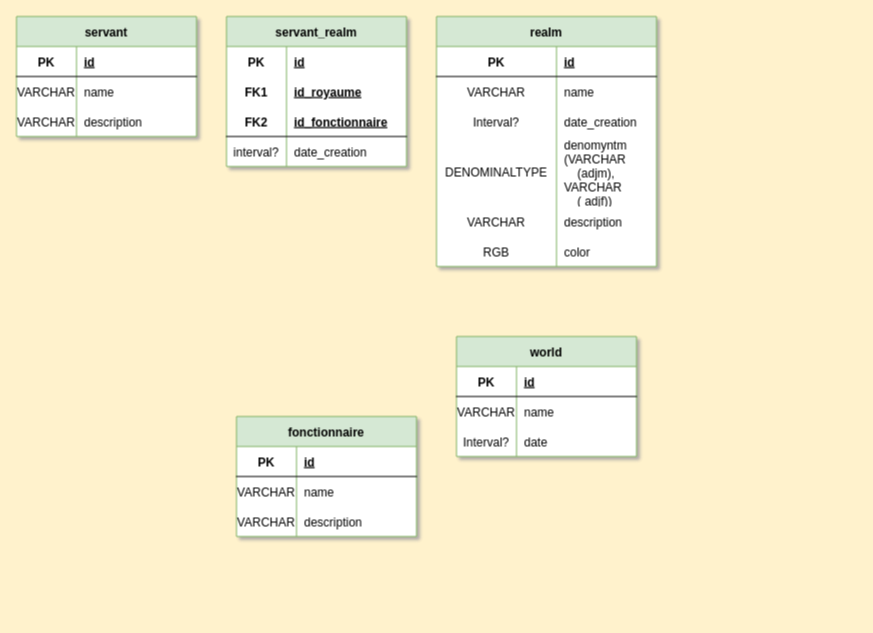
Before: Conception/model_draft.drawio in WyllasSidjeno/SRPG-Database-Manager, a draw.io diagram. Source tidied: cells renumbered, new cells numbered last; positions are measured from the earlier drawing's top-left corner, leaving out a move shared by most shapes. Both pictures are drawn from the tidied source at 100%, with x=0, y=0 at pixel (16, 16).
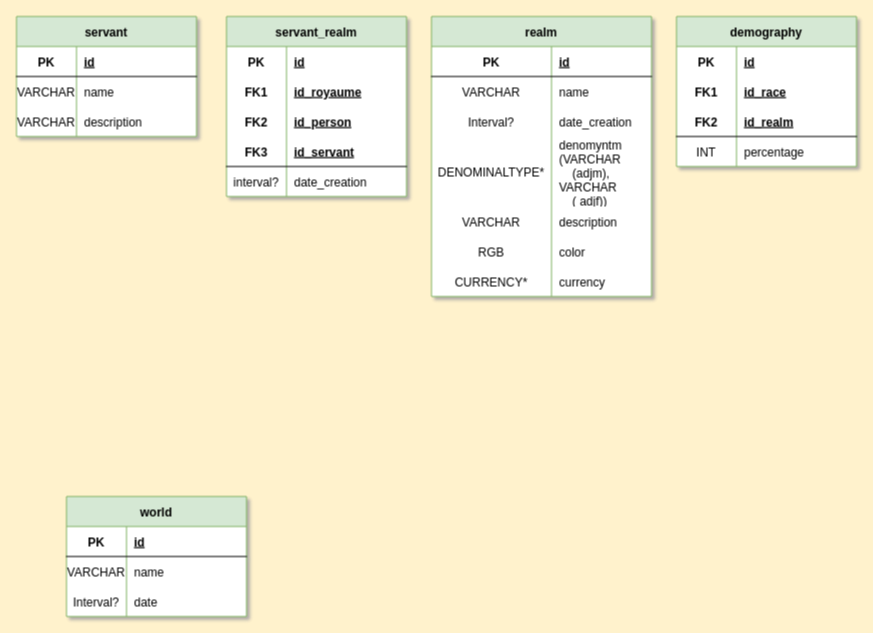
The same diagram, later.

Commit message (it also covers changes not shown here):
Realm prototype finished

Unchanged cells that the change refers to:
```xml
<mxCell id="22" style="shape=tableRow;horizontal=0;startSize=0;swimlaneHead=0;swimlaneBody=0;fillColor=none;top=0;left=0;right=0;bottom=0;swimlaneFillColor=default;" parent="12" vertex="1">
  <mxGeometry y="120" width="220" height="70" as="geometry" />
</mxCell>
```

Change to the diagram source:
```diff
@@
     <mxCell id="2" value="world" style="shape=table;startSize=30;childLayout=tableLayout;rowLines=0;fontStyle=1;align=center;swimlaneFillColor=default;resizeLastRow=0;top=1;labelBackgroundColor=none;fillColor=#d5e8d4;strokeColor=#82b366;" parent="1" vertex="1">
-      <mxGeometry x="440" y="320" width="180" height="120" as="geometry" />
+      <mxGeometry x="50" y="480" width="180" height="120" as="geometry" />
     </mxCell>
@@
     <mxCell id="12" value="realm" style="shape=table;startSize=30;childLayout=tableLayout;rowLines=0;fontStyle=1;align=center;swimlaneFillColor=default;resizeLastRow=0;top=1;labelBackgroundColor=none;fillColor=#d5e8d4;strokeColor=#82b366;" parent="1" vertex="1">
-      <mxGeometry x="420" width="220" height="250" as="geometry" />
+      <mxGeometry x="415" width="220" height="280" as="geometry" />
     </mxCell>
@@
-    <mxCell id="23" value="DENOMINALTYPE" style="shape=partialRectangle;fillColor=none;top=0;left=0;bottom=0;right=0;overflow=hidden;swimlaneFillColor=default;" parent="22" vertex="1">
+    <mxCell id="23" value="DENOMINALTYPE*" style="shape=partialRectangle;fillColor=none;top=0;left=0;bottom=0;right=0;overflow=hidden;swimlaneFillColor=default;" parent="22" vertex="1">
       <mxGeometry width="120" height="70" as="geometry" />
     </mxCell>
@@
+    <mxCell id="64" style="shape=tableRow;horizontal=0;startSize=0;swimlaneHead=0;swimlaneBody=0;fillColor=none;top=0;left=0;right=0;bottom=0;swimlaneFillColor=default;" parent="12" vertex="1">
+      <mxGeometry y="250" width="220" height="30" as="geometry" />
+    </mxCell>
+    <mxCell id="65" value="CURRENCY*" style="shape=partialRectangle;fillColor=none;top=0;left=0;bottom=0;right=0;overflow=hidden;swimlaneFillColor=default;" parent="64" vertex="1">
+      <mxGeometry width="120" height="30" as="geometry" />
+    </mxCell>
+    <mxCell id="66" value="currency" style="shape=partialRectangle;fillColor=none;top=0;left=0;bottom=0;right=0;align=left;spacingLeft=6;overflow=hidden;swimlaneFillColor=default;" parent="64" vertex="1">
+      <mxGeometry x="120" width="100" height="30" as="geometry" />
+    </mxCell>
@@
     <mxCell id="41" value="servant_realm" style="shape=table;startSize=30;childLayout=tableLayout;rowLines=0;fontStyle=1;align=center;fillColor=#d5e8d4;strokeColor=#82b366;swimlaneFillColor=default;labelBackgroundColor=none;" parent="1" vertex="1">
-      <mxGeometry x="210" width="180" height="150" as="geometry" />
+      <mxGeometry x="210" width="180" height="180" as="geometry" />
     </mxCell>
@@
+    <mxCell id="67" style="shape=tableRow;horizontal=0;startSize=0;swimlaneHead=0;swimlaneBody=0;fillColor=none;top=0;left=0;right=0;bottom=0;" parent="41" vertex="1">
+      <mxGeometry y="90" width="180" height="30" as="geometry" />
+    </mxCell>
+    <mxCell id="68" value="FK2" style="shape=partialRectangle;fillColor=none;top=0;left=0;bottom=0;right=0;fontStyle=1;overflow=hidden;" parent="67" vertex="1">
+      <mxGeometry width="60" height="30" as="geometry" />
+    </mxCell>
+    <mxCell id="69" value="id_person" style="shape=partialRectangle;fillColor=none;top=0;left=0;bottom=0;right=0;align=left;spacingLeft=6;fontStyle=5;overflow=hidden;" parent="67" vertex="1">
+      <mxGeometry x="60" width="120" height="30" as="geometry" />
+    </mxCell>
     <mxCell id="48" style="shape=tableRow;horizontal=0;startSize=0;swimlaneHead=0;swimlaneBody=0;fillColor=none;top=0;left=0;right=0;bottom=1;" parent="41" vertex="1">
-      <mxGeometry y="90" width="180" height="30" as="geometry" />
+      <mxGeometry y="120" width="180" height="30" as="geometry" />
     </mxCell>
-    <mxCell id="49" value="FK2" style="shape=partialRectangle;fillColor=none;top=0;left=0;bottom=0;right=0;fontStyle=1;overflow=hidden;" parent="48" vertex="1">
+    <mxCell id="49" value="FK3" style="shape=partialRectangle;fillColor=none;top=0;left=0;bottom=0;right=0;fontStyle=1;overflow=hidden;" parent="48" vertex="1">
       <mxGeometry width="60" height="30" as="geometry" />
     </mxCell>
-    <mxCell id="50" value="id_fonctionnaire" style="shape=partialRectangle;fillColor=none;top=0;left=0;bottom=0;right=0;align=left;spacingLeft=6;fontStyle=5;overflow=hidden;" parent="48" vertex="1">
+    <mxCell id="50" value="id_servant" style="shape=partialRectangle;fillColor=none;top=0;left=0;bottom=0;right=0;align=left;spacingLeft=6;fontStyle=5;overflow=hidden;" parent="48" vertex="1">
       <mxGeometry x="60" width="120" height="30" as="geometry" />
     </mxCell>
     <mxCell id="51" style="shape=tableRow;horizontal=0;startSize=0;swimlaneHead=0;swimlaneBody=0;fillColor=none;top=0;left=0;right=0;bottom=0;" parent="41" vertex="1">
-      <mxGeometry y="120" width="180" height="30" as="geometry" />
+      <mxGeometry y="150" width="180" height="30" as="geometry" />
     </mxCell>
@@
-    <mxCell id="54" value="fonctionnaire" style="shape=table;startSize=30;childLayout=tableLayout;rowLines=0;fontStyle=1;align=center;swimlaneFillColor=default;resizeLastRow=0;top=1;labelBackgroundColor=none;fillColor=#d5e8d4;strokeColor=#82b366;" parent="1" vertex="1">
-      <mxGeometry x="220" y="400" width="180" height="120" as="geometry" />
-    </mxCell>
-    <mxCell id="55" style="shape=tableRow;horizontal=0;startSize=0;swimlaneHead=0;swimlaneBody=0;fillColor=none;top=0;left=0;right=0;bottom=1;swimlaneFillColor=default;" parent="54" vertex="1">
-      <mxGeometry y="30" width="180" height="30" as="geometry" />
-    </mxCell>
+    <mxCell id="70" value="demography" style="shape=table;startSize=30;childLayout=tableLayout;rowLines=0;fontStyle=1;align=center;fillColor=#d5e8d4;strokeColor=#82b366;swimlaneFillColor=default;labelBackgroundColor=none;" parent="1" vertex="1">
+      <mxGeometry x="660" width="180" height="150" as="geometry" />
+    </mxCell>
+    <mxCell id="71" style="shape=tableRow;horizontal=0;startSize=0;swimlaneHead=0;swimlaneBody=0;fillColor=none;top=0;left=0;right=0;bottom=0;" parent="70" vertex="1">
+      <mxGeometry y="30" width="180" height="30" as="geometry" />
+    </mxCell>
-    <mxCell id="56" value="PK" style="shape=partialRectangle;fillColor=none;top=0;left=0;bottom=0;right=0;fontStyle=1;overflow=hidden;swimlaneFillColor=default;" parent="55" vertex="1">
+    <mxCell id="56" value="PK" style="shape=partialRectangle;fillColor=none;top=0;left=0;bottom=0;right=0;fontStyle=1;overflow=hidden;" parent="71" vertex="1">
       <mxGeometry width="60" height="30" as="geometry" />
     </mxCell>
-    <mxCell id="57" value="id" style="shape=partialRectangle;fillColor=none;top=0;left=0;bottom=0;right=0;align=left;spacingLeft=6;fontStyle=5;overflow=hidden;swimlaneFillColor=default;" parent="55" vertex="1">
+    <mxCell id="57" value="id" style="shape=partialRectangle;fillColor=none;top=0;left=0;bottom=0;right=0;align=left;spacingLeft=6;fontStyle=5;overflow=hidden;" parent="71" vertex="1">
       <mxGeometry x="60" width="120" height="30" as="geometry" />
     </mxCell>
-    <mxCell id="58" style="shape=tableRow;horizontal=0;startSize=0;swimlaneHead=0;swimlaneBody=0;fillColor=none;top=0;left=0;right=0;bottom=0;swimlaneFillColor=default;" parent="54" vertex="1">
-      <mxGeometry y="60" width="180" height="30" as="geometry" />
-    </mxCell>
-    <mxCell id="59" value="VARCHAR" style="shape=partialRectangle;fillColor=none;top=0;left=0;bottom=0;right=0;overflow=hidden;swimlaneFillColor=default;" parent="58" vertex="1">
-      <mxGeometry width="60" height="30" as="geometry" />
-    </mxCell>
-    <mxCell id="60" value="name" style="shape=partialRectangle;fillColor=none;top=0;left=0;bottom=0;right=0;align=left;spacingLeft=6;overflow=hidden;swimlaneFillColor=default;" parent="58" vertex="1">
-      <mxGeometry x="60" width="120" height="30" as="geometry" />
-    </mxCell>
-    <mxCell id="61" style="shape=tableRow;horizontal=0;startSize=0;swimlaneHead=0;swimlaneBody=0;fillColor=none;top=0;left=0;right=0;bottom=0;swimlaneFillColor=default;" parent="54" vertex="1">
-      <mxGeometry y="90" width="180" height="30" as="geometry" />
-    </mxCell>
-    <mxCell id="62" value="VARCHAR" style="shape=partialRectangle;fillColor=none;top=0;left=0;bottom=0;right=0;overflow=hidden;swimlaneFillColor=default;" parent="61" vertex="1">
-      <mxGeometry width="60" height="30" as="geometry" />
-    </mxCell>
-    <mxCell id="63" value="description" style="shape=partialRectangle;fillColor=none;top=0;left=0;bottom=0;right=0;align=left;spacingLeft=6;overflow=hidden;swimlaneFillColor=default;" parent="61" vertex="1">
-      <mxGeometry x="60" width="120" height="30" as="geometry" />
-    </mxCell>
+    <mxCell id="72" style="shape=tableRow;horizontal=0;startSize=0;swimlaneHead=0;swimlaneBody=0;fillColor=none;top=0;left=0;right=0;bottom=0;" parent="70" vertex="1">
+      <mxGeometry y="60" width="180" height="30" as="geometry" />
+    </mxCell>
+    <mxCell id="73" value="FK1" style="shape=partialRectangle;fillColor=none;top=0;left=0;bottom=0;right=0;fontStyle=1;overflow=hidden;" parent="72" vertex="1">
+      <mxGeometry width="60" height="30" as="geometry" />
+    </mxCell>
+    <mxCell id="74" value="id_race" style="shape=partialRectangle;fillColor=none;top=0;left=0;bottom=0;right=0;align=left;spacingLeft=6;fontStyle=5;overflow=hidden;" parent="72" vertex="1">
+      <mxGeometry x="60" width="120" height="30" as="geometry" />
+    </mxCell>
+    <mxCell id="75" style="shape=tableRow;horizontal=0;startSize=0;swimlaneHead=0;swimlaneBody=0;fillColor=none;top=0;left=0;right=0;bottom=1;" parent="70" vertex="1">
+      <mxGeometry y="90" width="180" height="30" as="geometry" />
+    </mxCell>
+    <mxCell id="76" value="FK2" style="shape=partialRectangle;fillColor=none;top=0;left=0;bottom=0;right=0;fontStyle=1;overflow=hidden;" parent="75" vertex="1">
+      <mxGeometry width="60" height="30" as="geometry" />
+    </mxCell>
+    <mxCell id="77" value="id_realm" style="shape=partialRectangle;fillColor=none;top=0;left=0;bottom=0;right=0;align=left;spacingLeft=6;fontStyle=5;overflow=hidden;" parent="75" vertex="1">
+      <mxGeometry x="60" width="120" height="30" as="geometry" />
+    </mxCell>
+    <mxCell id="78" style="shape=tableRow;horizontal=0;startSize=0;swimlaneHead=0;swimlaneBody=0;fillColor=none;top=0;left=0;right=0;bottom=0;" parent="70" vertex="1">
+      <mxGeometry y="120" width="180" height="30" as="geometry" />
+    </mxCell>
+    <mxCell id="79" value="INT" style="shape=partialRectangle;fillColor=none;top=0;left=0;bottom=0;right=0;overflow=hidden;" parent="78" vertex="1">
+      <mxGeometry width="60" height="30" as="geometry" />
+    </mxCell>
+    <mxCell id="80" value="percentage" style="shape=partialRectangle;fillColor=none;top=0;left=0;bottom=0;right=0;align=left;spacingLeft=6;overflow=hidden;" parent="78" vertex="1">
+      <mxGeometry x="60" width="120" height="30" as="geometry" />
+    </mxCell>
```
